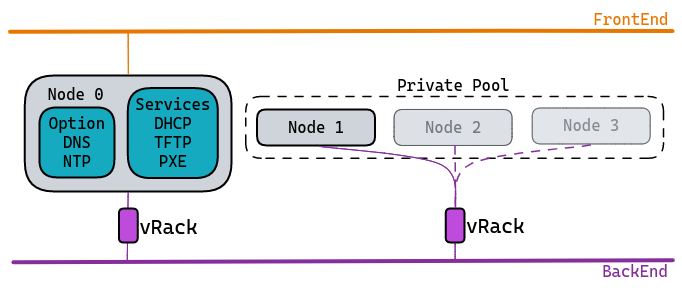
Earlier version of the Excalidraw export pages/cloud/dedicated/pxe-with-full-private-dedicated/images/schema_basic.png (ovh/docs). Source tidied: one line per element, renumbered; positions are measured from the earlier drawing's top-left corner, leaving out a move shared by most shapes.
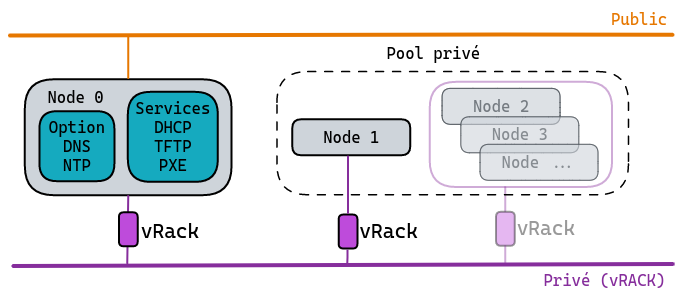
Later version of the same file.

Change to the diagram source:
```diff
@@ -1,28 +1,33 @@
-{"id": 0, "type": "rectangle", "strokeColor": "#000000", "strokeWidth": 1, "strokeStyle": "dashed", "roughness": 0, "x": 236, "y": 86, "width": 418, "height": 62}
+{"id": 28, "type": "line", "strokeColor": "#862e9c", "strokeWidth": 2, "roughness": 0, "opacity": 40, "x": 495, "y": 174, "width": 0, "height": 23, "points": [[0, 0], [0, 23]]}
+{"id": 29, "type": "rectangle", "strokeColor": "#000000", "backgroundColor": "#be4bdb", "fillStyle": "solid", "strokeWidth": 2, "roughness": 0, "opacity": 40, "x": 486, "y": 198, "width": 19, "height": 34}
+{"id": 15, "type": "rectangle", "strokeColor": "#495057", "backgroundColor": "#ced4da", "fillStyle": "solid", "strokeWidth": 1, "roughness": 0, "opacity": 70, "x": 432, "y": 75, "width": 118, "height": 36}
+{"id": 16, "type": "text", "text": "Node 2", "strokeColor": "#495057", "strokeWidth": 1, "roughness": 0, "opacity": 70, "fontSize": 16, "fontFamily": 3, "textAlign": "center", "verticalAlign": "middle", "inside": 15, "x": 462, "y": 83, "width": 58, "height": 19}
+{"id": 30, "type": "rectangle", "strokeColor": "#495057", "backgroundColor": "#ced4da", "fillStyle": "solid", "strokeWidth": 1, "roughness": 0, "opacity": 60, "x": 451, "y": 103, "width": 118, "height": 36}
+{"id": 31, "type": "text", "text": "Node 3", "strokeColor": "#495057", "strokeWidth": 1, "roughness": 0, "opacity": 60, "fontSize": 16, "fontFamily": 3, "textAlign": "center", "verticalAlign": "middle", "inside": 30, "x": 481, "y": 112, "width": 58, "height": 19}
 {"id": 1, "type": "rectangle", "strokeColor": "#000000", "backgroundColor": "#ced4da", "fillStyle": "solid", "strokeWidth": 2, "roughness": 0, "x": 15, "y": 66, "width": 207, "height": 116}
 {"id": 2, "type": "line", "strokeColor": "#e67700", "strokeWidth": 4, "roughness": 0, "x": 0, "y": 22, "width": 663, "height": 1, "points": [[0, 0], [493, -1], [663, -1]]}
 {"id": 3, "type": "rectangle", "strokeColor": "#000000", "backgroundColor": "#15aabf", "fillStyle": "solid", "strokeWidth": 2, "roughness": 0, "x": 118, "y": 78, "width": 90, "height": 90}
-{"id": 4, "type": "rectangle", "strokeColor": "#000000", "backgroundColor": "#ced4da", "fillStyle": "solid", "strokeWidth": 2, "roughness": 0, "x": 247, "y": 99, "width": 118, "height": 36}
+{"id": 4, "type": "rectangle", "strokeColor": "#000000", "backgroundColor": "#ced4da", "fillStyle": "solid", "strokeWidth": 2, "roughness": 0, "x": 282, "y": 106, "width": 118, "height": 36}
 {"id": 5, "type": "text", "text": "Services\nDHCP\nTFTP\nPXE", "strokeColor": "#000000", "strokeWidth": 1, "roughness": 0, "fontSize": 16, "fontFamily": 3, "textAlign": "center", "verticalAlign": "middle", "inside": 3, "x": 125, "y": 85, "width": 76, "height": 76}
-{"id": 6, "type": "text", "text": "Node 1", "strokeColor": "#000000", "strokeWidth": 1, "roughness": 0, "fontSize": 16, "fontFamily": 3, "textAlign": "center", "verticalAlign": "middle", "inside": 4, "x": 277, "y": 108, "width": 58, "height": 19}
+{"id": 6, "type": "text", "text": "Node 1", "strokeColor": "#000000", "strokeWidth": 1, "roughness": 0, "fontSize": 16, "fontFamily": 3, "textAlign": "center", "verticalAlign": "middle", "inside": 4, "x": 312, "y": 114, "width": 58, "height": 19}
 {"id": 7, "type": "line", "strokeColor": "#862e9c", "strokeWidth": 4, "roughness": 0, "x": 3, "y": 252, "width": 659, "height": 2, "points": [[0, 0], [659, -2]]}
-{"id": 8, "type": "text", "text": "BackEnd", "strokeColor": "#862e9c", "strokeWidth": 2, "strokeStyle": "dashed", "roughness": 0, "fontSize": 16, "fontFamily": 3, "x": 592, "y": 252, "width": 68, "height": 19}
+{"id": 8, "type": "text", "text": "Privé (vRACK)", "strokeColor": "#862e9c", "strokeWidth": 2, "strokeStyle": "dashed", "roughness": 0, "fontSize": 16, "fontFamily": 3, "x": 533, "y": 257, "width": 124, "height": 19}
-{"id": 9, "type": "text", "text": "FrontEnd", "strokeColor": "#e67700", "strokeWidth": 2, "strokeStyle": "dashed", "roughness": 0, "fontSize": 16, "fontFamily": 3, "x": 583, "y": 0, "width": 77, "height": 19}
+{"id": 9, "type": "text", "text": "Public", "strokeColor": "#e67700", "strokeWidth": 2, "strokeStyle": "dashed", "roughness": 0, "fontSize": 16, "fontFamily": 3, "x": 601, "y": -4, "width": 58, "height": 19}
-{"id": 10, "type": "line", "strokeColor": "#862e9c", "strokeWidth": 1, "roughness": 0, "x": 118, "y": 182, "width": 1, "height": 67, "points": [[0, 0], [-1, 67]]}
+{"id": 10, "type": "line", "strokeColor": "#862e9c", "strokeWidth": 2, "roughness": 0, "x": 118, "y": 182, "width": 1, "height": 67, "points": [[0, 0], [-1, 67]]}
-{"id": 11, "type": "line", "strokeColor": "#e67700", "strokeWidth": 1, "roughness": 0, "x": 118, "y": 64, "width": 0, "height": 42, "points": [[0, 0], [0, -18], [0, -42]]}
+{"id": 11, "type": "line", "strokeColor": "#e67700", "strokeWidth": 2, "roughness": 0, "x": 118, "y": 64, "width": 0, "height": 42, "points": [[0, 0], [0, -18], [0, -42]]}
-{"id": 12, "type": "text", "text": "vRack", "strokeColor": "#000000", "backgroundColor": "#868e96", "fillStyle": "solid", "strokeWidth": 2, "roughness": 0, "fontSize": 20, "fontFamily": 3, "x": 456, "y": 204, "width": 61, "height": 24}
+{"id": 12, "type": "text", "text": "vRack", "strokeColor": "#000000", "backgroundColor": "#868e96", "fillStyle": "solid", "strokeWidth": 2, "roughness": 0, "fontSize": 20, "fontFamily": 3, "x": 349, "y": 205, "width": 61, "height": 24}
 {"id": 13, "type": "rectangle", "strokeColor": "#000000", "backgroundColor": "#be4bdb", "fillStyle": "solid", "strokeWidth": 2, "roughness": 0, "x": 109, "y": 199, "width": 19, "height": 34}
-{"id": 14, "type": "text", "text": "vRack", "strokeColor": "#000000", "backgroundColor": "#868e96", "fillStyle": "solid", "strokeWidth": 2, "roughness": 0, "fontSize": 20, "fontFamily": 3, "x": 129, "y": 205, "width": 61, "height": 24}
+{"id": 14, "type": "text", "text": "vRack", "strokeColor": "#000000", "backgroundColor": "#868e96", "fillStyle": "solid", "strokeWidth": 2, "roughness": 0, "fontSize": 20, "fontFamily": 3, "x": 131, "y": 205, "width": 61, "height": 24}
-{"id": 15, "type": "rectangle", "strokeColor": "#495057", "backgroundColor": "#ced4da", "fillStyle": "solid", "strokeWidth": 1, "roughness": 0, "opacity": 70, "x": 384, "y": 99, "width": 118, "height": 36}
-{"id": 16, "type": "text", "text": "Node 2", "strokeColor": "#495057", "strokeWidth": 1, "roughness": 0, "opacity": 70, "fontSize": 16, "fontFamily": 3, "textAlign": "center", "verticalAlign": "middle", "inside": 15, "x": 414, "y": 108, "width": 58, "height": 19}
-{"id": 17, "type": "rectangle", "strokeColor": "#495057", "backgroundColor": "#ced4da", "fillStyle": "solid", "strokeWidth": 1, "roughness": 0, "opacity": 60, "x": 522, "y": 98, "width": 118, "height": 36}
-{"id": 18, "type": "text", "text": "Node 3", "strokeColor": "#495057", "strokeWidth": 1, "roughness": 0, "opacity": 60, "fontSize": 16, "fontFamily": 3, "textAlign": "center", "verticalAlign": "middle", "inside": 17, "x": 552, "y": 106, "width": 58, "height": 19}
-{"id": 19, "type": "line", "strokeColor": "#862e9c", "strokeWidth": 1, "roughness": 0, "x": 445, "y": 234, "width": 0, "height": 16, "points": [[0, 0], [0, 16]]}
 {"id": 20, "type": "rectangle", "strokeColor": "#000000", "backgroundColor": "#15aabf", "fillStyle": "solid", "strokeWidth": 2, "roughness": 0, "x": 29, "y": 97, "width": 75, "height": 70}
 {"id": 21, "type": "text", "text": "Option\nDNS\nNTP", "strokeColor": "#000000", "strokeWidth": 1, "roughness": 1, "fontSize": 16, "fontFamily": 3, "textAlign": "center", "verticalAlign": "middle", "inside": 20, "x": 38, "y": 104, "width": 57, "height": 57}
-{"id": 22, "type": "rectangle", "strokeColor": "#000000", "backgroundColor": "#be4bdb", "fillStyle": "solid", "strokeWidth": 2, "roughness": 0, "x": 436, "y": 198, "width": 19, "height": 34}
+{"id": 22, "type": "rectangle", "strokeColor": "#000000", "backgroundColor": "#be4bdb", "fillStyle": "solid", "strokeWidth": 2, "roughness": 0, "x": 329, "y": 201, "width": 19, "height": 34}
 {"id": 23, "type": "text", "text": "Node 0", "strokeColor": "#000000", "strokeWidth": 2, "roughness": 0, "fontSize": 16, "fontFamily": 3, "x": 37, "y": 75, "width": 58, "height": 19}
-{"id": 24, "type": "line", "strokeColor": "#862e9c", "backgroundColor": "#15aabf", "fillStyle": "solid", "strokeWidth": 1, "strokeStyle": "dashed", "roughness": 0, "x": 445, "y": 136, "width": 1, "height": 61, "points": [[0, 0], [1, 61]]}
-{"id": 25, "type": "line", "strokeColor": "#862e9c", "backgroundColor": "#15aabf", "fillStyle": "solid", "strokeWidth": 1, "strokeStyle": "dashed", "roughness": 0, "x": 580, "y": 135, "width": 135, "height": 62, "points": [[0, 0], [-119, 18], [-135, 62]]}
-{"id": 26, "type": "text", "text": "Private Pool", "strokeColor": "#000000", "strokeWidth": 1, "strokeStyle": "dotted", "roughness": 0, "fontSize": 16, "fontFamily": 3, "x": 387, "y": 66, "width": 114, "height": 19}
+{"id": 26, "type": "text", "text": "Pool privé", "strokeColor": "#000000", "strokeWidth": 1, "strokeStyle": "dotted", "roughness": 0, "fontSize": 16, "fontFamily": 3, "x": 376, "y": 30, "width": 96, "height": 19}
-{"id": 27, "type": "line", "strokeColor": "#862e9c", "strokeWidth": 1, "roughness": 0, "x": 309, "y": 136, "width": 137, "height": 61, "points": [[0, 0], [121, 18], [137, 61]]}
+{"id": 17, "type": "rectangle", "strokeColor": "#495057", "backgroundColor": "#ced4da", "fillStyle": "solid", "strokeWidth": 1, "roughness": 0, "opacity": 60, "x": 470, "y": 131, "width": 118, "height": 36}
+{"id": 18, "type": "text", "text": "Node ...", "strokeColor": "#495057", "strokeWidth": 1, "roughness": 0, "opacity": 60, "fontSize": 16, "fontFamily": 3, "textAlign": "center", "verticalAlign": "middle", "inside": 17, "x": 491, "y": 139, "width": 77, "height": 19}
+{"id": 32, "type": "rectangle", "strokeColor": "#862e9c", "strokeWidth": 2, "roughness": 0, "opacity": 40, "x": 420, "y": 68, "width": 182, "height": 105}
+{"id": 33, "type": "line", "strokeColor": "#862e9c", "strokeWidth": 2, "roughness": 0, "x": 338, "y": 143, "width": 0, "height": 56, "points": [[0, 0], [0, 56]]}
+{"id": 34, "type": "line", "strokeColor": "#862e9c", "strokeWidth": 2, "roughness": 0, "x": 338, "y": 237, "width": 0, "height": 13, "points": [[0, 0], [0, 13]]}
+{"id": 35, "type": "text", "text": "vRack", "strokeColor": "#000000", "backgroundColor": "#868e96", "fillStyle": "solid", "strokeWidth": 2, "roughness": 0, "opacity": 40, "fontSize": 20, "fontFamily": 3, "x": 507, "y": 202, "width": 61, "height": 24}
+{"id": 0, "type": "rectangle", "strokeColor": "#000000", "strokeWidth": 1, "strokeStyle": "dashed", "roughness": 0, "x": 267, "y": 58, "width": 352, "height": 123}
+{"id": 36, "type": "line", "strokeColor": "#862e9c", "strokeWidth": 2, "roughness": 0, "opacity": 40, "x": 495, "y": 232, "width": 0, "height": 16, "points": [[0, 0], [0, 16]]}
```
